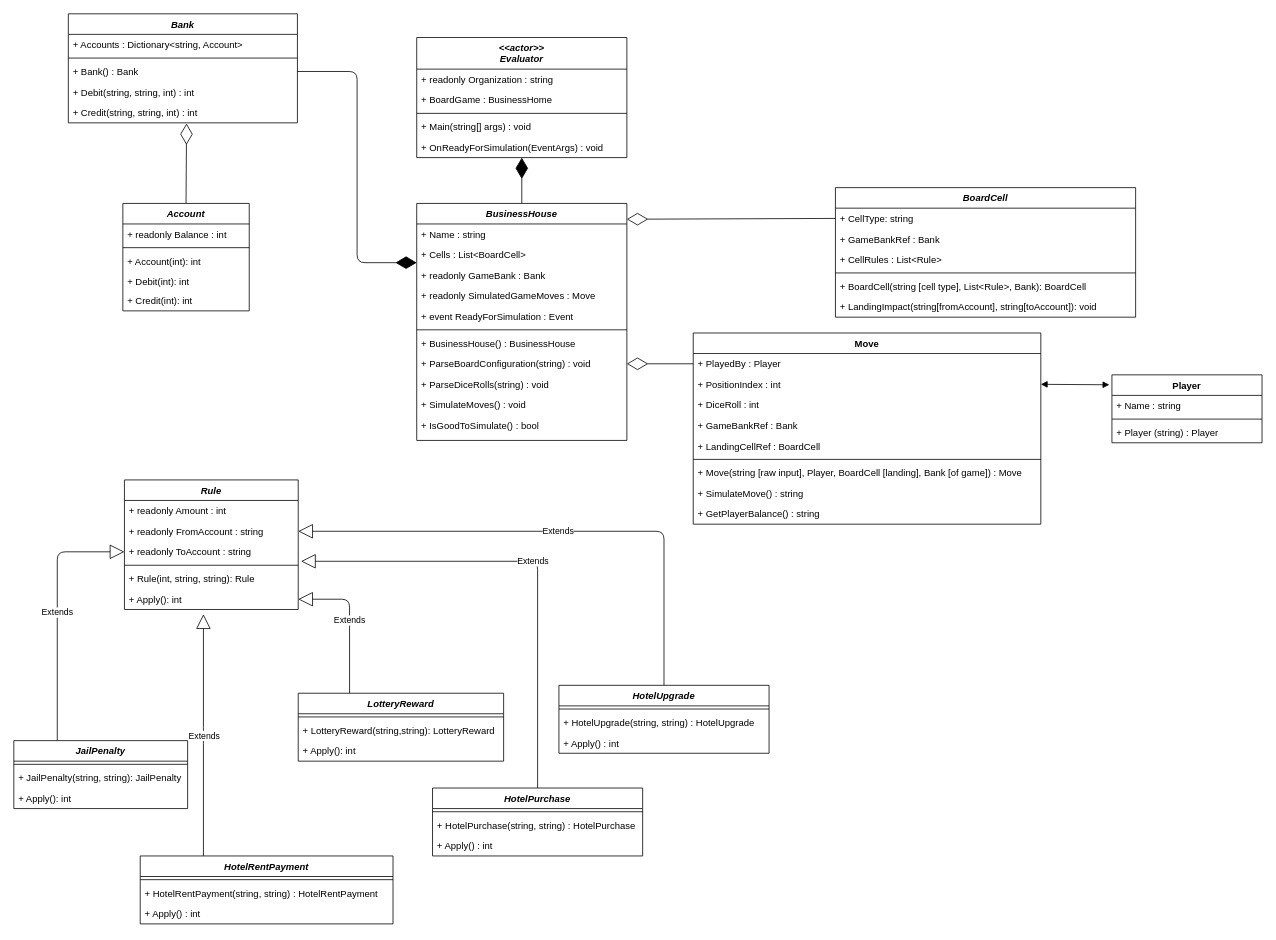
ksivasenthil/boardgame keeps this draw.io diagram as design/boardgame-logicalview.drawio. Above is the earlier version. Source tidied: cells renumbered, new cells numbered last; positions are measured from the earlier drawing's top-left corner, leaving out a move shared by most shapes. Both pictures are drawn from the tidied source at 79%, with x=0, y=0 at pixel (13, 13).
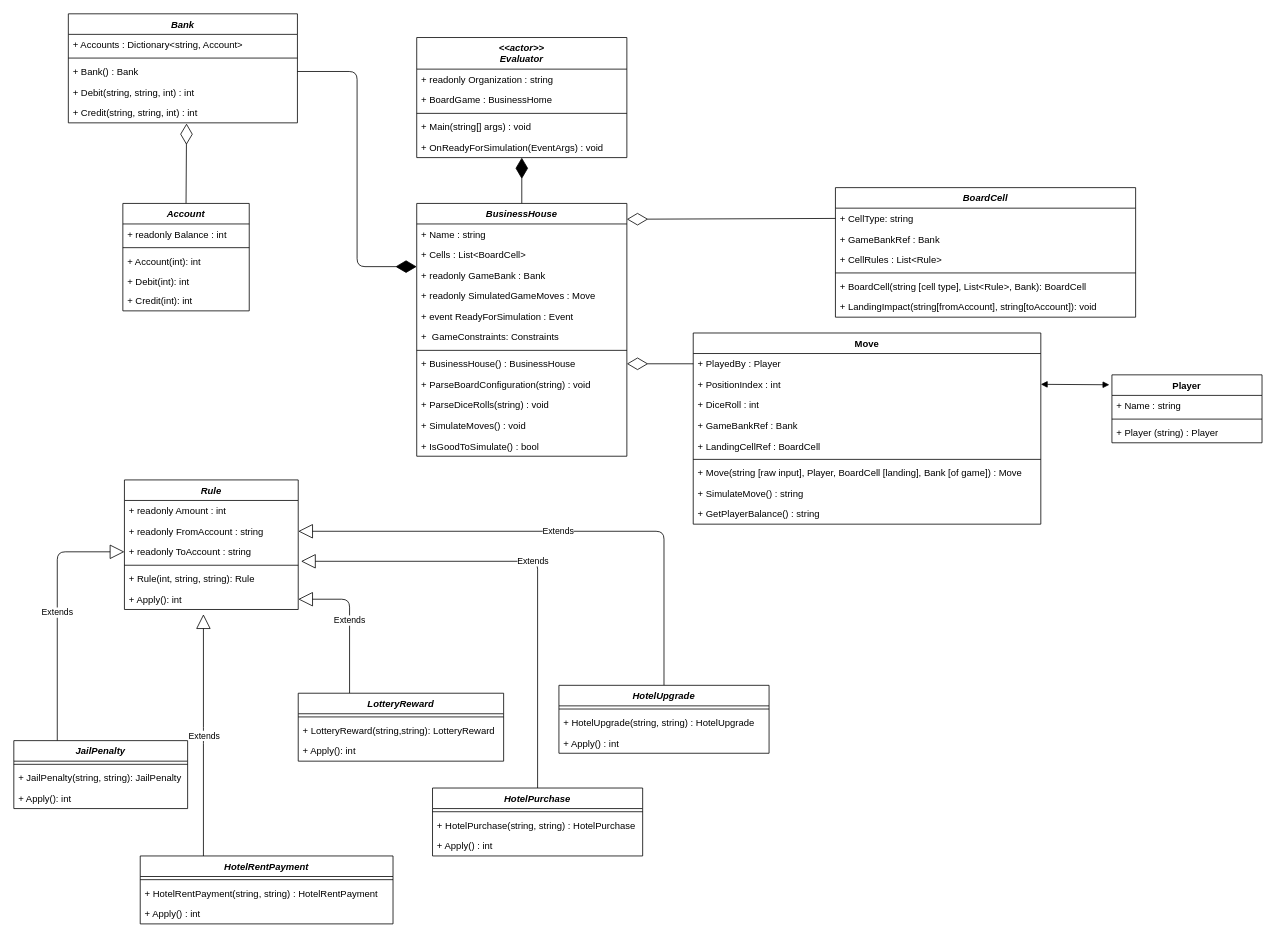
Above is the later version.

Commit message:
added game constraints in businesshome

The edit, as a diff of the source:
```diff
@@
     <mxCell id="9" value="BusinessHouse" style="swimlane;fontStyle=3;align=center;verticalAlign=top;horizontal=1;startSize=26;rounded=0;shadow=0;strokeWidth=1;" parent="1" vertex="1">
-      <mxGeometry x="510" y="240" width="266" height="300" as="geometry" />
+      <mxGeometry x="510" y="240" width="266" height="320" as="geometry" />
     </mxCell>
@@
+    <mxCell id="91" value="+  GameConstraints: Constraints" style="text;align=left;verticalAlign=top;spacingLeft=4;spacingRight=4;overflow=hidden;rounded=0;shadow=0;html=0;" parent="9" vertex="1">
+      <mxGeometry y="156" width="266" height="26" as="geometry" />
+    </mxCell>
     <mxCell id="15" style="line;strokeWidth=1;fillColor=none;align=left;verticalAlign=middle;spacingTop=-1;spacingLeft=3;spacingRight=3;labelPosition=right;" parent="9" vertex="1">
-      <mxGeometry y="156" width="266" height="8" as="geometry" />
+      <mxGeometry y="182" width="266" height="8" as="geometry" />
     </mxCell>
     <mxCell id="16" value="+ BusinessHouse() : BusinessHouse" style="text;align=left;verticalAlign=top;spacingLeft=4;spacingRight=4;overflow=hidden;rounded=0;shadow=0;html=0;" parent="9" vertex="1">
-      <mxGeometry y="164" width="266" height="26" as="geometry" />
+      <mxGeometry y="190" width="266" height="26" as="geometry" />
     </mxCell>
     <mxCell id="17" value="+ ParseBoardConfiguration(string) : void" style="text;align=left;verticalAlign=top;spacingLeft=4;spacingRight=4;overflow=hidden;rounded=0;shadow=0;html=0;" parent="9" vertex="1">
-      <mxGeometry y="190" width="266" height="26" as="geometry" />
+      <mxGeometry y="216" width="266" height="26" as="geometry" />
     </mxCell>
     <mxCell id="18" value="+ ParseDiceRolls(string) : void" style="text;align=left;verticalAlign=top;spacingLeft=4;spacingRight=4;overflow=hidden;rounded=0;shadow=0;html=0;" parent="9" vertex="1">
-      <mxGeometry y="216" width="266" height="26" as="geometry" />
+      <mxGeometry y="242" width="266" height="26" as="geometry" />
     </mxCell>
     <mxCell id="19" value="+ SimulateMoves() : void" style="text;align=left;verticalAlign=top;spacingLeft=4;spacingRight=4;overflow=hidden;rounded=0;shadow=0;html=0;" parent="9" vertex="1">
-      <mxGeometry y="242" width="266" height="26" as="geometry" />
+      <mxGeometry y="268" width="266" height="26" as="geometry" />
     </mxCell>
     <mxCell id="20" value="+ IsGoodToSimulate() : bool" style="text;align=left;verticalAlign=top;spacingLeft=4;spacingRight=4;overflow=hidden;rounded=0;shadow=0;html=0;" parent="9" vertex="1">
-      <mxGeometry y="268" width="266" height="26" as="geometry" />
+      <mxGeometry y="294" width="266" height="26" as="geometry" />
     </mxCell>
```
